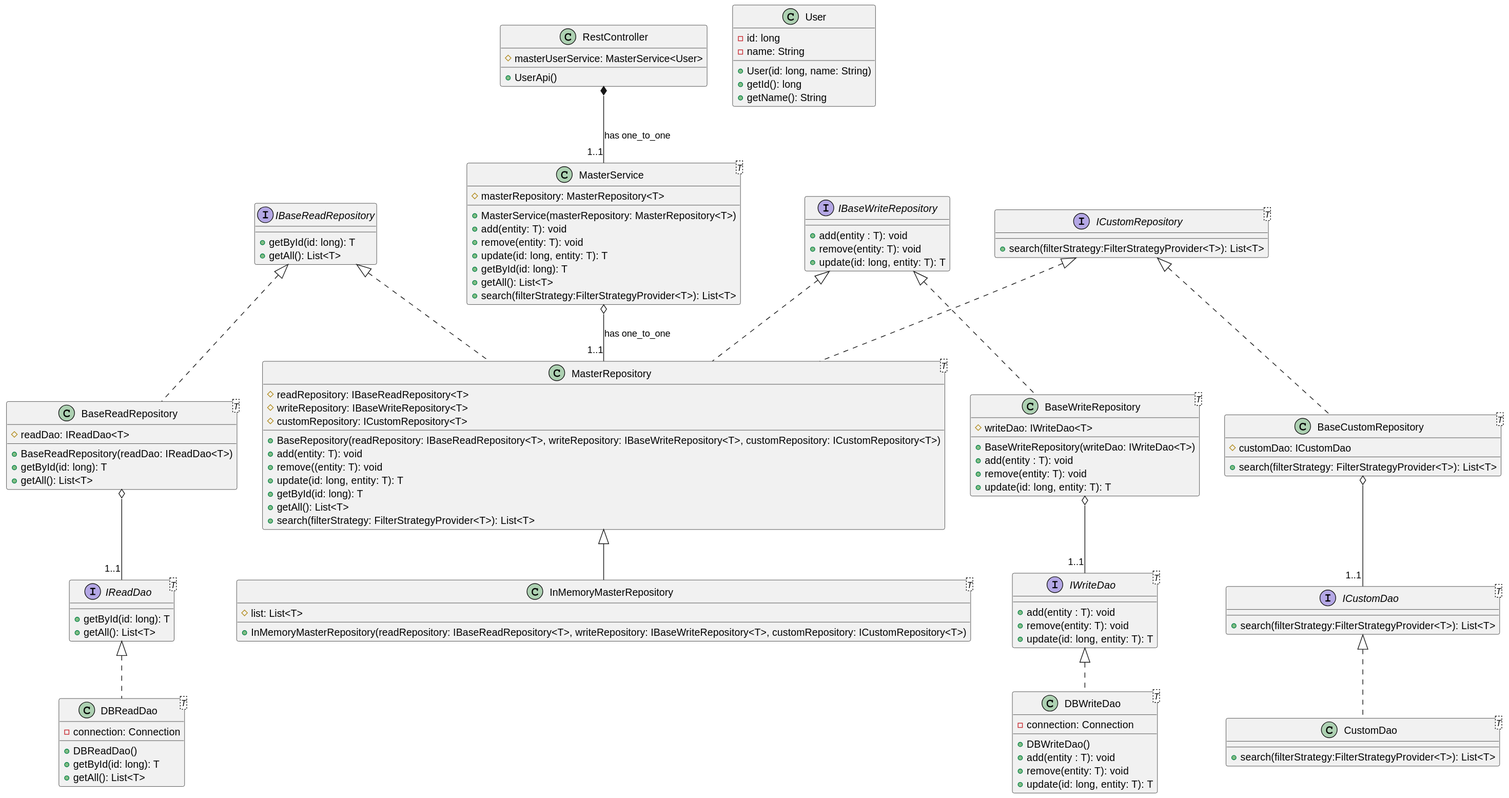
Before: src/lld/backend_patterns/repository/template/class_diagram.svg, a diagram exported from PlantUML (premkumar1991/Explore).
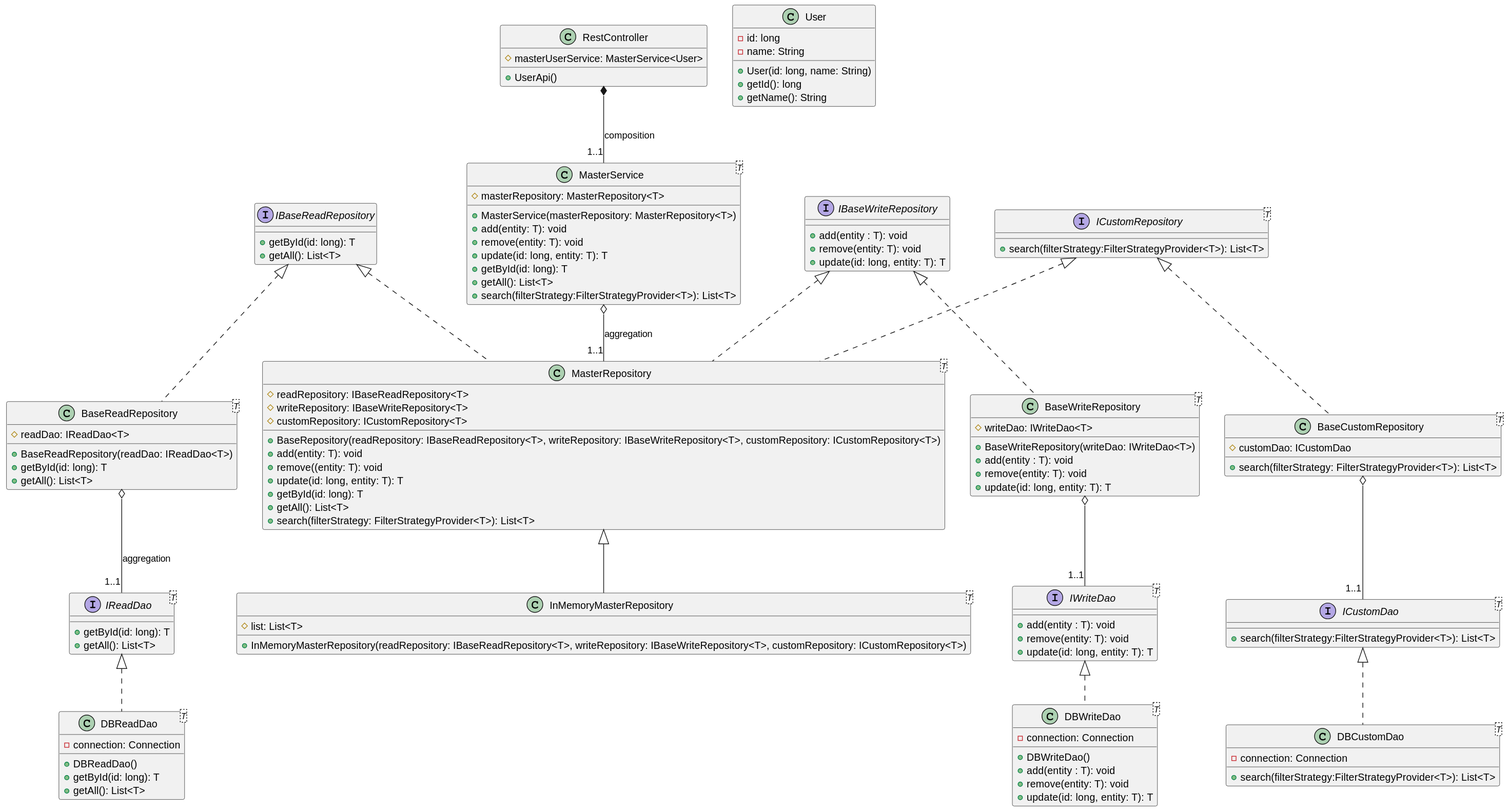
Above is the later version.

What changed in the source:
```diff
@@ -36,7 +36,8 @@
     + remove(entity: T): void
     + update(id: long, entity: T): T
 }
-class CustomDao<T> implements ICustomDao{
+class DBCustomDao<T> implements ICustomDao{
+    - connection: Connection
     + search(filterStrategy:FilterStrategyProvider<T>): List<T>
 }
 class BaseReadRepository<T> implements IBaseReadRepository{
@@ -94,9 +95,9 @@
     + getName(): String
 }
 
-RestController *-- "1..1" MasterService : has one_to_one
-MasterService o-- "1..1" MasterRepository : has one_to_one
-BaseReadRepository o-- "1..1" IReadDao
+RestController *-- "1..1" MasterService : composition
+MasterService o-- "1..1" MasterRepository : aggregation
+BaseReadRepository o-- "1..1" IReadDao : aggregation
 BaseWriteRepository o-- "1..1" IWriteDao
 BaseCustomRepository o-- "1..1" ICustomDao
 @enduml
```
